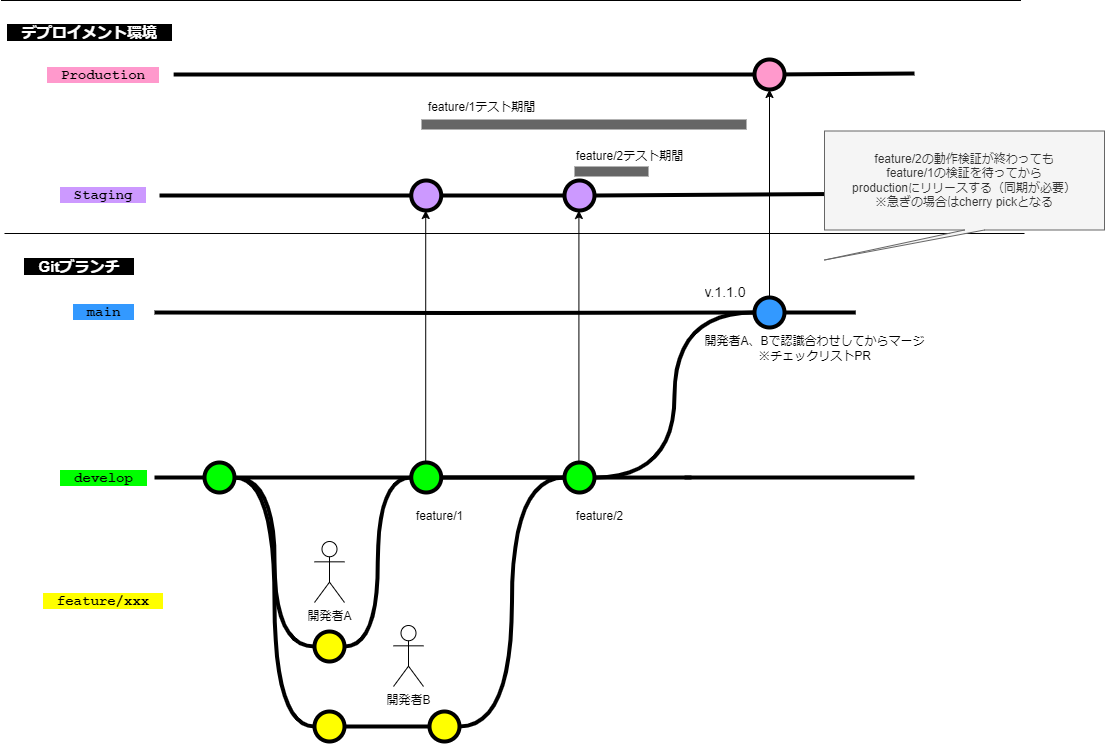
The draw.io diagram documents/forGitBranch/img/lightweight_gitbranch_flow_同期.drawio.png in future-architect/coding-standards, before a commit. Source tidied: cells renumbered, new cells last; positions are measured from the earlier drawing's top-left corner, leaving out a move shared by most shapes.
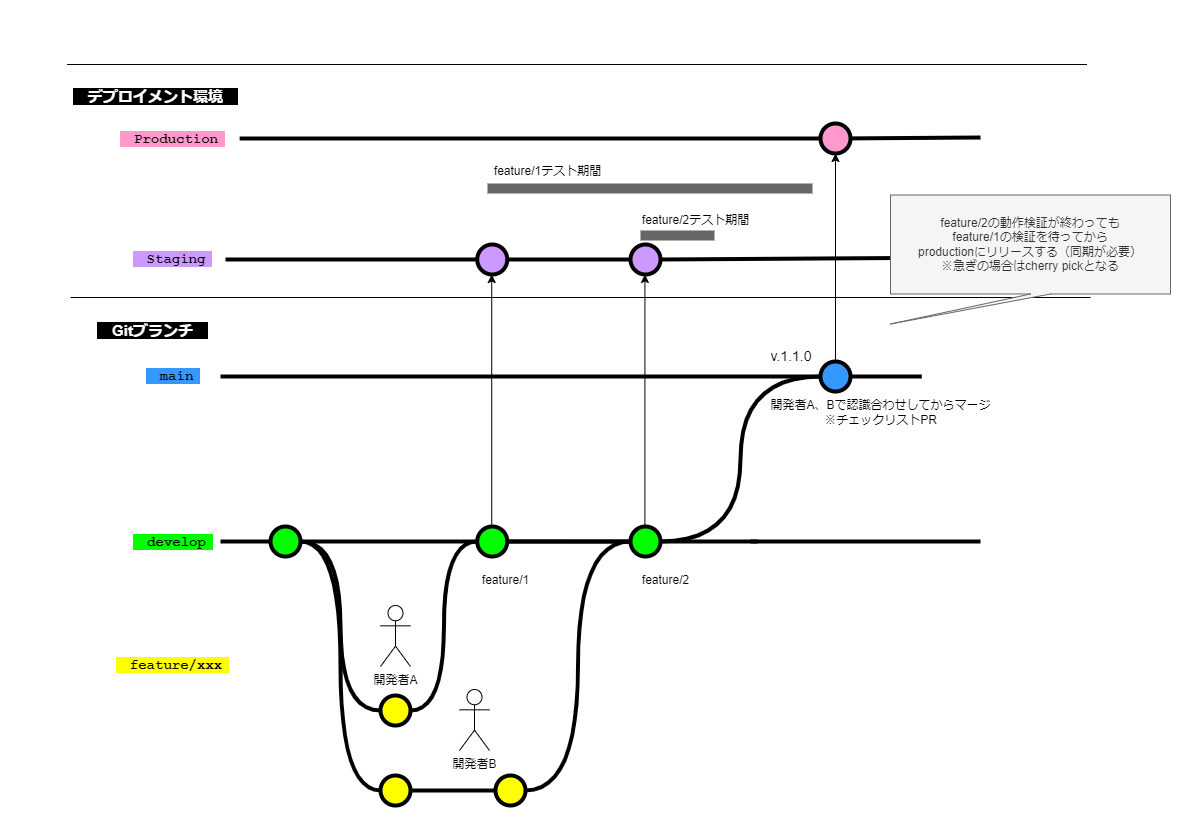
The same diagram one commit later.

Diff of the diagram source:
```diff
@@ -2,6 +2,9 @@
   <root>
     <mxCell id="0" />
     <mxCell id="1" parent="0" />
+    <mxCell id="53" style="rounded=0;whiteSpace=wrap;html=1;strokeColor=none;" parent="1" vertex="1">
+      <mxGeometry x="-66" y="-64" width="1200" height="824" as="geometry" />
+    </mxCell>
     <mxCell id="2" style="edgeStyle=orthogonalEdgeStyle;curved=1;rounded=0;jettySize=auto;html=1;endArrow=none;endFill=0;strokeWidth=4;entryX=0;entryY=0.5;entryDx=0;entryDy=0;entryPerimeter=0;" parent="1" edge="1" source="3">
       <mxGeometry relative="1" as="geometry">
         <mxPoint x="855.2" y="312" as="targetPoint" />
```
